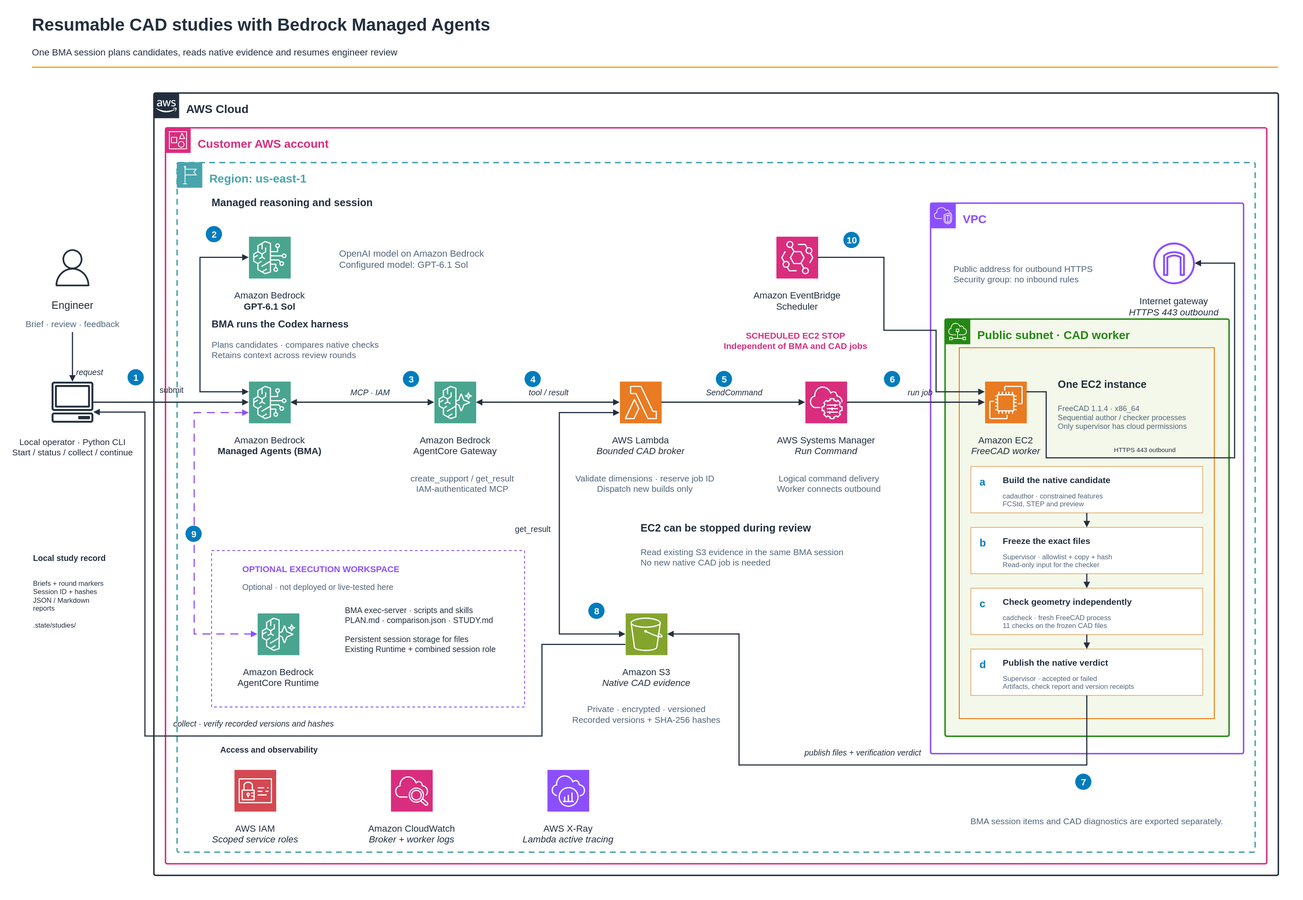
This is samples/cad-workflow/docs/architecture.svg from openai-on-aws/bedrock-managed-agents, a draw.io export, as it was before one commit. Source tidied: cells renumbered, new cells last; positions are measured from the earlier drawing's top-left corner, leaving out a move shared by most shapes.
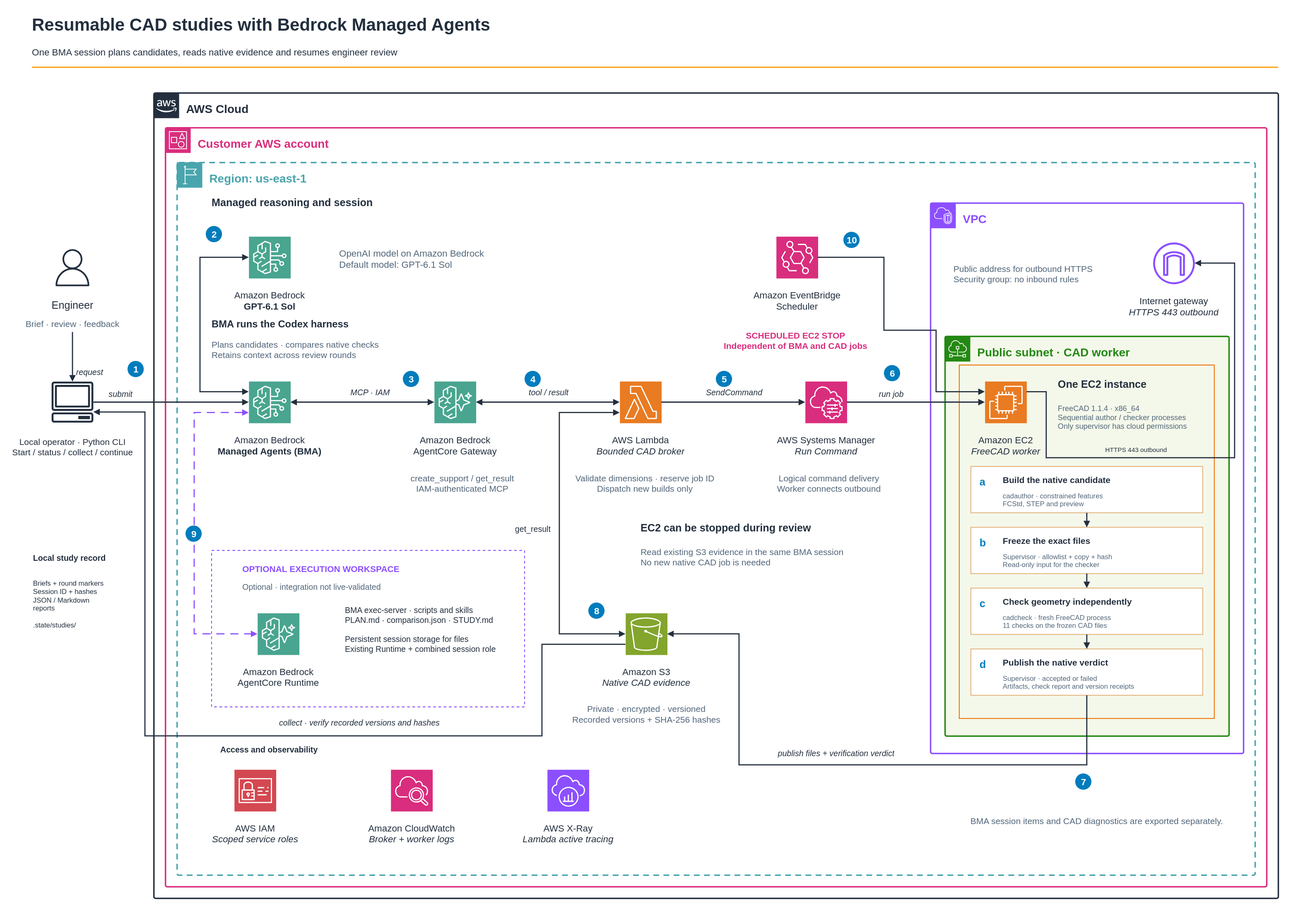
The same diagram one commit later.

Commit message:
Fix boundary label spacing in the AWS architecture diagram

What changed in the source:
```diff
@@ -14,3 +14,3 @@
     <mxCell id="5" style="rounded=1;absoluteArcSize=1;arcSize=6;html=1;strokeColor=#232F3E;strokeWidth=2.5;fillColor=light-dark(#FFFFFF,#151F2D);fillStyle=auto;dashed=0;dashPattern=4 3;fontFamily=Helvetica;" parent="1" vertex="1">
-      <mxGeometry x="245" y="140" width="1940" height="1350" as="geometry" />
+      <mxGeometry x="245" y="140" width="1940" height="1390" as="geometry" />
     </mxCell>
@@ -23,3 +23,3 @@
     <mxCell id="8" style="rounded=1;absoluteArcSize=1;arcSize=6;html=1;strokeColor=#D92D7D;strokeWidth=2.5;fillColor=none;fillStyle=auto;dashed=0;dashPattern=4 3;fontFamily=Helvetica;" parent="5" vertex="1">
-      <mxGeometry x="20" y="60" width="1900" height="1270" as="geometry" />
+      <mxGeometry x="20" y="60" width="1900" height="1310" as="geometry" />
     </mxCell>
@@ -32,3 +32,3 @@
     <mxCell id="11" style="rounded=1;absoluteArcSize=1;arcSize=6;html=1;strokeColor=#49A5AD;strokeWidth=2.5;fillColor=none;fillStyle=auto;dashed=1;dashPattern=4 3;fontFamily=Helvetica;" parent="5" vertex="1">
-      <mxGeometry x="40" y="120" width="1860" height="1190" as="geometry" />
+      <mxGeometry x="40" y="120" width="1860" height="1230" as="geometry" />
     </mxCell>
@@ -47,5 +47,5 @@
     <mxCell id="16" value="Amazon Bedrock&lt;br/&gt;&lt;b&gt;GPT-6.1 Sol&lt;/b&gt;" style="text;html=1;whiteSpace=wrap;strokeColor=none;fillColor=none;align=center;verticalAlign=top;fontSize=16;fontStyle=0;fontColor=light-dark(#232F3E,#F4F7FA);spacing=0;overflow=hidden;fontFamily=Helvetica;" parent="5" vertex="1">
-      <mxGeometry x="65" y="335" width="270" height="57" as="geometry" />
+      <mxGeometry x="65" y="335" width="270" height="48" as="geometry" />
     </mxCell>
-    <mxCell id="17" value="OpenAI model on Amazon Bedrock&lt;br/&gt;Configured model: GPT-6.1 Sol" style="text;html=1;whiteSpace=wrap;strokeColor=none;fillColor=none;align=left;verticalAlign=top;fontSize=16;fontStyle=0;fontColor=light-dark(#52667A,#BDCADA);spacing=0;overflow=hidden;fontFamily=Helvetica;" parent="5" vertex="1">
+    <mxCell id="17" value="OpenAI model on Amazon Bedrock&lt;br/&gt;Default model: GPT-6.1 Sol" style="text;html=1;whiteSpace=wrap;strokeColor=none;fillColor=none;align=left;verticalAlign=top;fontSize=16;fontStyle=0;fontColor=light-dark(#52667A,#BDCADA);spacing=0;overflow=hidden;fontFamily=Helvetica;" parent="5" vertex="1">
       <mxGeometry x="320" y="263" width="405" height="58" as="geometry" />
@@ -62,3 +62,3 @@
     <mxCell id="21" value="Amazon Bedrock&lt;br/&gt;&lt;b&gt;Managed Agents (BMA)&lt;/b&gt;" style="text;html=1;whiteSpace=wrap;strokeColor=none;fillColor=none;align=center;verticalAlign=top;fontSize=16;fontStyle=0;fontColor=light-dark(#232F3E,#F4F7FA);spacing=0;overflow=hidden;fontFamily=Helvetica;" parent="5" vertex="1">
-      <mxGeometry x="65" y="585" width="270" height="57" as="geometry" />
+      <mxGeometry x="65" y="585" width="270" height="48" as="geometry" />
     </mxCell>
@@ -68,3 +68,3 @@
     <mxCell id="23" value="Amazon Bedrock&lt;br/&gt;AgentCore Gateway" style="text;html=1;whiteSpace=wrap;strokeColor=none;fillColor=none;align=center;verticalAlign=top;fontSize=16;fontStyle=0;fontColor=light-dark(#232F3E,#F4F7FA);spacing=0;overflow=hidden;fontFamily=Helvetica;" parent="5" vertex="1">
-      <mxGeometry x="385" y="585" width="270" height="57" as="geometry" />
+      <mxGeometry x="385" y="585" width="270" height="48" as="geometry" />
     </mxCell>
@@ -74,3 +74,3 @@
     <mxCell id="25" value="AWS Lambda&lt;br/&gt;&lt;i&gt;Bounded CAD broker&lt;/i&gt;" style="text;html=1;whiteSpace=wrap;strokeColor=none;fillColor=none;align=center;verticalAlign=top;fontSize=16;fontStyle=0;fontColor=light-dark(#232F3E,#F4F7FA);spacing=0;overflow=hidden;fontFamily=Helvetica;" parent="5" vertex="1">
-      <mxGeometry x="705" y="585" width="270" height="57" as="geometry" />
+      <mxGeometry x="705" y="585" width="270" height="48" as="geometry" />
     </mxCell>
@@ -80,3 +80,3 @@
     <mxCell id="27" value="AWS Systems Manager&lt;br/&gt;&lt;i&gt;Run Command&lt;/i&gt;" style="text;html=1;whiteSpace=wrap;strokeColor=none;fillColor=none;align=center;verticalAlign=top;fontSize=16;fontStyle=0;fontColor=light-dark(#232F3E,#F4F7FA);spacing=0;overflow=hidden;fontFamily=Helvetica;" parent="5" vertex="1">
-      <mxGeometry x="1025" y="585" width="270" height="57" as="geometry" />
+      <mxGeometry x="1025" y="585" width="270" height="48" as="geometry" />
     </mxCell>
@@ -95,3 +95,3 @@
     <mxCell id="32" value="Amazon EventBridge&lt;br/&gt;Scheduler" style="text;html=1;whiteSpace=wrap;strokeColor=none;fillColor=none;align=center;verticalAlign=top;fontSize=16;fontStyle=0;fontColor=light-dark(#232F3E,#F4F7FA);spacing=0;overflow=hidden;fontFamily=Helvetica;" parent="5" vertex="1">
-      <mxGeometry x="975" y="335" width="270" height="57" as="geometry" />
+      <mxGeometry x="975" y="335" width="270" height="48" as="geometry" />
     </mxCell>
@@ -113,3 +113,3 @@
     <mxCell id="38" value="Internet gateway&lt;br/&gt;&lt;i&gt;HTTPS 443 outbound&lt;/i&gt;" style="text;html=1;whiteSpace=wrap;strokeColor=none;fillColor=none;align=center;verticalAlign=top;fontSize=16;fontStyle=0;fontColor=light-dark(#232F3E,#F4F7FA);spacing=0;overflow=hidden;fontFamily=Helvetica;" parent="34" vertex="1">
-      <mxGeometry x="285" y="155" width="270" height="57" as="geometry" />
+      <mxGeometry x="320" y="155" width="200" height="48" as="geometry" />
     </mxCell>
@@ -119,3 +119,3 @@
     <mxCell id="40" style="rounded=1;absoluteArcSize=1;arcSize=6;html=1;strokeColor=#248814;strokeWidth=2.5;fillColor=light-dark(#F4F8EA,#283223);fillStyle=auto;dashed=0;dashPattern=4 3;fontFamily=Helvetica;" parent="34" vertex="1">
-      <mxGeometry x="25" y="200" width="490" height="720" as="geometry" />
+      <mxGeometry x="25" y="230" width="490" height="690" as="geometry" />
     </mxCell>
@@ -128,18 +128,18 @@
     <mxCell id="43" style="rounded=0;html=1;strokeWidth=1.5;strokeColor=#ED7100;fillColor=light-dark(#FFFFFF00,#FFFFFF00);fillStyle=auto;dashed=0;fontFamily=Helvetica;" parent="40" vertex="1">
-      <mxGeometry x="25" y="50" width="440" height="640" as="geometry" />
+      <mxGeometry x="25" y="50" width="440" height="610" as="geometry" />
     </mxCell>
     <mxCell id="44" style="shape=mxgraph.aws4.resourceIcon;resIcon=mxgraph.aws4.ec2;sketch=0;fillColor=#E97B22;strokeColor=#FFFFFF;outlineConnect=0;gradientColor=none;html=1;shadow=0;fontFamily=Helvetica;" parent="43" vertex="1">
-      <mxGeometry x="44" y="58" width="72" height="72" as="geometry" />
+      <mxGeometry x="44" y="28" width="72" height="72" as="geometry" />
     </mxCell>
     <mxCell id="45" value="Amazon EC2&lt;br/&gt;&lt;i&gt;FreeCAD worker&lt;/i&gt;" style="text;html=1;whiteSpace=wrap;strokeColor=none;fillColor=none;align=center;verticalAlign=top;fontSize=16;fontStyle=0;fontColor=light-dark(#232F3E,#F4F7FA);spacing=0;overflow=hidden;fontFamily=Helvetica;" parent="43" vertex="1">
-      <mxGeometry x="5" y="145" width="150" height="57" as="geometry" />
+      <mxGeometry x="5" y="115" width="150" height="48" as="geometry" />
     </mxCell>
     <mxCell id="46" value="One EC2 instance" style="text;html=1;whiteSpace=wrap;strokeColor=none;fillColor=none;align=left;verticalAlign=top;fontSize=18;fontStyle=1;fontColor=light-dark(#232F3E,#F4F7FA);spacing=0;overflow=hidden;fontFamily=Helvetica;" parent="43" vertex="1">
-      <mxGeometry x="170" y="48" width="240" height="28" as="geometry" />
+      <mxGeometry x="170" y="18" width="240" height="28" as="geometry" />
     </mxCell>
     <mxCell id="47" value="FreeCAD 1.1.4 · x86_64&lt;br/&gt;Sequential author / checker processes&lt;br/&gt;Only supervisor has cloud permissions" style="text;html=1;whiteSpace=wrap;strokeColor=none;fillColor=none;align=left;verticalAlign=top;fontSize=13;fontStyle=0;fontColor=light-dark(#52667A,#BDCADA);spacing=0;overflow=hidden;fontFamily=Helvetica;" parent="43" vertex="1">
-      <mxGeometry x="170" y="92" width="240" height="68" as="geometry" />
+      <mxGeometry x="170" y="62" width="240" height="60" as="geometry" />
     </mxCell>
     <mxCell id="48" style="rounded=0;html=1;strokeWidth=1.5;strokeColor=#E3B47E;fillColor=light-dark(#FFFFFF,#253341);fillStyle=auto;dashed=0;fontFamily=Helvetica;" parent="43" vertex="1">
-      <mxGeometry x="20" y="205" width="400" height="80" as="geometry" />
+      <mxGeometry x="20" y="175" width="400" height="80" as="geometry" />
     </mxCell>
@@ -155,3 +155,3 @@
     <mxCell id="52" style="rounded=0;html=1;strokeWidth=1.5;strokeColor=#E3B47E;fillColor=light-dark(#FFFFFF,#253341);fillStyle=auto;dashed=0;fontFamily=Helvetica;" parent="43" vertex="1">
-      <mxGeometry x="20" y="310" width="400" height="80" as="geometry" />
+      <mxGeometry x="20" y="280" width="400" height="80" as="geometry" />
     </mxCell>
@@ -167,3 +167,3 @@
     <mxCell id="56" style="rounded=0;html=1;strokeWidth=1.5;strokeColor=#E3B47E;fillColor=light-dark(#FFFFFF,#253341);fillStyle=auto;dashed=0;fontFamily=Helvetica;" parent="43" vertex="1">
-      <mxGeometry x="20" y="415" width="400" height="80" as="geometry" />
+      <mxGeometry x="20" y="385" width="400" height="80" as="geometry" />
     </mxCell>
@@ -179,3 +179,3 @@
     <mxCell id="60" style="rounded=0;html=1;strokeWidth=1.5;strokeColor=#E3B47E;fillColor=light-dark(#FFFFFF,#253341);fillStyle=auto;dashed=0;fontFamily=Helvetica;" parent="43" vertex="1">
-      <mxGeometry x="20" y="520" width="400" height="80" as="geometry" />
+      <mxGeometry x="20" y="490" width="400" height="80" as="geometry" />
     </mxCell>
@@ -191,3 +191,3 @@
     <mxCell id="64" value="HTTPS 443 outbound" style="text;html=1;whiteSpace=wrap;strokeColor=none;fillColor=none;align=center;verticalAlign=top;fontSize=11;fontStyle=0;fontColor=#232F3E;spacing=0;overflow=hidden;fontFamily=Helvetica;" parent="34" vertex="1">
-      <mxGeometry x="245" y="415" width="250" height="17" as="geometry" />
+      <mxGeometry x="240" y="415" width="230" height="17" as="geometry" />
     </mxCell>
@@ -206,3 +206,3 @@
     <mxCell id="69" value="Amazon S3&lt;br/&gt;&lt;i&gt;Native CAD evidence&lt;/i&gt;" style="text;html=1;whiteSpace=wrap;strokeColor=none;fillColor=none;align=center;verticalAlign=top;fontSize=16;fontStyle=0;fontColor=light-dark(#232F3E,#F4F7FA);spacing=0;overflow=hidden;fontFamily=Helvetica;" parent="5" vertex="1">
-      <mxGeometry x="715" y="985" width="270" height="57" as="geometry" />
+      <mxGeometry x="715" y="985" width="270" height="48" as="geometry" />
     </mxCell>
@@ -217,3 +217,3 @@
     </mxCell>
-    <mxCell id="73" value="Optional · not deployed or live-tested here" style="text;html=1;whiteSpace=wrap;strokeColor=none;fillColor=none;align=left;verticalAlign=top;fontSize=14;fontStyle=0;fontColor=light-dark(#52667A,#BDCADA);spacing=0;overflow=hidden;fontFamily=Helvetica;" parent="5" vertex="1">
+    <mxCell id="73" value="Optional · integration not live-validated" style="text;html=1;whiteSpace=wrap;strokeColor=none;fillColor=none;align=left;verticalAlign=top;fontSize=14;fontStyle=0;fontColor=light-dark(#52667A,#BDCADA);spacing=0;overflow=hidden;fontFamily=Helvetica;" parent="5" vertex="1">
       <mxGeometry x="153" y="840" width="440" height="24" as="geometry" />
@@ -224,3 +224,3 @@
     <mxCell id="75" value="Amazon Bedrock&lt;br/&gt;AgentCore Runtime" style="text;html=1;whiteSpace=wrap;strokeColor=none;fillColor=none;align=center;verticalAlign=top;fontSize=16;fontStyle=0;fontColor=light-dark(#232F3E,#F4F7FA);spacing=0;overflow=hidden;fontFamily=Helvetica;" parent="5" vertex="1">
-      <mxGeometry x="110" y="985" width="210" height="57" as="geometry" />
+      <mxGeometry x="110" y="985" width="210" height="48" as="geometry" />
     </mxCell>
@@ -239,3 +239,3 @@
     <mxCell id="80" value="AWS IAM&lt;br/&gt;&lt;i&gt;Scoped service roles&lt;/i&gt;" style="text;html=1;whiteSpace=wrap;strokeColor=none;fillColor=none;align=center;verticalAlign=top;fontSize=16;fontStyle=0;fontColor=light-dark(#232F3E,#F4F7FA);spacing=0;overflow=hidden;fontFamily=Helvetica;" parent="5" vertex="1">
-      <mxGeometry x="40" y="1255" width="270" height="57" as="geometry" />
+      <mxGeometry x="60" y="1255" width="230" height="48" as="geometry" />
     </mxCell>
@@ -245,3 +245,3 @@
     <mxCell id="82" value="Amazon CloudWatch&lt;br/&gt;&lt;i&gt;Broker + worker logs&lt;/i&gt;" style="text;html=1;whiteSpace=wrap;strokeColor=none;fillColor=none;align=center;verticalAlign=top;fontSize=16;fontStyle=0;fontColor=light-dark(#232F3E,#F4F7FA);spacing=0;overflow=hidden;fontFamily=Helvetica;" parent="5" vertex="1">
-      <mxGeometry x="310" y="1255" width="270" height="57" as="geometry" />
+      <mxGeometry x="310" y="1255" width="270" height="48" as="geometry" />
     </mxCell>
@@ -251,3 +251,3 @@
     <mxCell id="84" value="AWS X-Ray&lt;br/&gt;&lt;i&gt;Lambda active tracing&lt;/i&gt;" style="text;html=1;whiteSpace=wrap;strokeColor=none;fillColor=none;align=center;verticalAlign=top;fontSize=16;fontStyle=0;fontColor=light-dark(#232F3E,#F4F7FA);spacing=0;overflow=hidden;fontFamily=Helvetica;" parent="5" vertex="1">
-      <mxGeometry x="580" y="1255" width="270" height="57" as="geometry" />
+      <mxGeometry x="580" y="1255" width="270" height="48" as="geometry" />
     </mxCell>
@@ -256,2 +256,8 @@
     </mxCell>
+    <mxCell id="107" value="run job" style="text;html=1;whiteSpace=wrap;strokeColor=none;fillColor=none;align=center;verticalAlign=top;fontSize=14;fontStyle=2;fontColor=#232F3E;spacing=0;overflow=hidden;fontFamily=Helvetica;" parent="5" vertex="1">
+      <mxGeometry x="1220" y="507" width="105" height="20" as="geometry" />
+    </mxCell>
+    <mxCell id="112" value="publish files + verification verdict" style="text;html=1;whiteSpace=wrap;strokeColor=none;fillColor=none;align=center;verticalAlign=top;fontSize=14;fontStyle=2;fontColor=#232F3E;spacing=0;overflow=hidden;fontFamily=Helvetica;" parent="5" vertex="1">
+      <mxGeometry x="1040" y="1127" width="275" height="24" as="geometry" />
+    </mxCell>
     <mxCell id="86" value="get_result" style="text;html=1;whiteSpace=wrap;strokeColor=none;fillColor=none;align=right;verticalAlign=top;fontSize=14;fontStyle=0;fontColor=#232F3E;spacing=0;overflow=hidden;fontFamily=Helvetica;" parent="5" vertex="1">
@@ -259,2 +265,5 @@
     </mxCell>
+    <mxCell id="115" value="collect · verify recorded versions and hashes" style="text;html=1;whiteSpace=wrap;strokeColor=none;fillColor=none;align=center;verticalAlign=top;fontSize=14;fontStyle=2;fontColor=#232F3E;spacing=0;overflow=hidden;fontFamily=Helvetica;" parent="5" vertex="1">
+      <mxGeometry x="115" y="1074" width="480" height="24" as="geometry" />
+    </mxCell>
     <mxCell id="87" style="shape=mxgraph.aws4.client;html=1;fillColor=light-dark(#232F3E,#F4F7FA);strokeColor=none;gradientColor=none;outlineConnect=0;fontFamily=Helvetica;" parent="1" vertex="1">
@@ -292,4 +301,4 @@
     </mxCell>
-    <mxCell id="98" value="submit" style="text;html=1;whiteSpace=wrap;strokeColor=none;fillColor=none;align=center;verticalAlign=top;fontSize=14;fontStyle=0;fontColor=#232F3E;spacing=0;overflow=hidden;fontFamily=Helvetica;" parent="1" vertex="1">
-      <mxGeometry x="241" y="640" width="70" height="24" as="geometry" />
+    <mxCell id="98" value="submit" style="text;html=1;whiteSpace=wrap;strokeColor=none;fillColor=none;align=center;verticalAlign=top;fontSize=14;fontStyle=2;fontColor=#232F3E;spacing=0;overflow=hidden;fontFamily=Helvetica;" parent="1" vertex="1">
+      <mxGeometry x="148" y="647" width="80" height="20" as="geometry" />
     </mxCell>
@@ -324,5 +333,2 @@
     </mxCell>
-    <mxCell id="107" value="run job" style="edgeLabel;html=1;align=center;verticalAlign=middle;fontSize=14;fontStyle=2;fontColor=#232F3E;labelBackgroundColor=none;fontFamily=Helvetica;" parent="106" vertex="1">
-      <mxGeometry x="0.05" y="18" relative="1" as="geometry" />
-    </mxCell>
     <mxCell id="108" style="edgeStyle=orthogonalEdgeStyle;rounded=0;jettySize=auto;html=1;endArrow=block;endFill=1;startArrow=none;startFill=1;strokeColor=#232F3E;strokeWidth=2;dashed=0;dashPattern=7 5;exitX=0.5;exitY=1;entryX=0.5;entryY=0;exitPerimeter=1;entryPerimeter=1;jumpStyle=arc;jumpSize=8;fontFamily=Helvetica;" parent="1" edge="1" source="48" target="52">
@@ -345,5 +351,2 @@
     </mxCell>
-    <mxCell id="112" value="publish files + verification verdict" style="edgeLabel;html=1;align=center;verticalAlign=middle;fontSize=14;fontStyle=2;fontColor=#232F3E;labelBackgroundColor=none;fontFamily=Helvetica;" parent="111" vertex="1">
-      <mxGeometry x="-0.05" y="-22" relative="1" as="geometry" />
-    </mxCell>
     <mxCell id="113" style="edgeStyle=orthogonalEdgeStyle;rounded=0;jettySize=auto;html=1;endArrow=block;endFill=1;startArrow=block;startFill=1;strokeColor=#232F3E;strokeWidth=2;dashed=0;dashPattern=7 5;exitX=0;exitY=0.75;entryX=0;entryY=0.5;exitPerimeter=1;entryPerimeter=1;jumpStyle=arc;jumpSize=8;fontFamily=Helvetica;" parent="1" edge="1" source="24" target="68">
@@ -366,5 +369,2 @@
     </mxCell>
-    <mxCell id="115" value="collect · verify recorded versions and hashes" style="edgeLabel;html=1;align=center;verticalAlign=middle;fontSize=14;fontStyle=2;fontColor=#232F3E;labelBackgroundColor=none;fontFamily=Helvetica;" parent="114" vertex="1">
-      <mxGeometry x="-0.02" y="-22" relative="1" as="geometry" />
-    </mxCell>
     <mxCell id="116" style="edgeStyle=orthogonalEdgeStyle;rounded=0;jettySize=auto;html=1;endArrow=block;endFill=1;startArrow=block;startFill=1;strokeColor=#8C4FFF;strokeWidth=2;dashed=1;dashPattern=7 5;exitX=0;exitY=0.75;entryX=0;entryY=0.5;exitPerimeter=1;entryPerimeter=1;jumpStyle=arc;jumpSize=8;fontFamily=Helvetica;" parent="1" edge="1" source="20" target="74">
@@ -398,3 +398,3 @@
     <mxCell id="119" value="1" style="ellipse;html=1;align=center;verticalAlign=middle;fillColor=#007CBD;strokeColor=none;strokeWidth=1;fontColor=#FFFFFF;fontSize=16;fontStyle=1;shadow=0;glass=0;labelBackgroundColor=none;fontFamily=Helvetica;" parent="1" vertex="1">
-      <mxGeometry x="200" y="617" width="28" height="28" as="geometry" />
+      <mxGeometry x="200" y="603" width="28" height="28" as="geometry" />
     </mxCell>
@@ -413,3 +413,3 @@
     <mxCell id="124" value="6" style="ellipse;html=1;align=center;verticalAlign=middle;fillColor=#007CBD;strokeColor=none;strokeWidth=1;fontColor=#FFFFFF;fontSize=16;fontStyle=1;shadow=0;glass=0;labelBackgroundColor=none;fontFamily=Helvetica;" parent="1" vertex="1">
-      <mxGeometry x="1505" y="620" width="28" height="28" as="geometry" />
+      <mxGeometry x="1505" y="610" width="28" height="28" as="geometry" />
     </mxCell>
```
